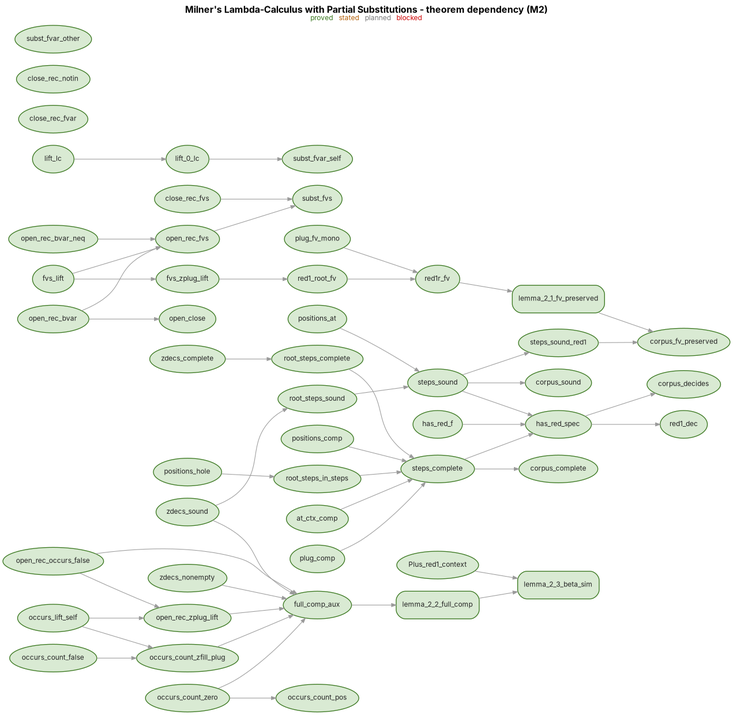
Earlier version of the Graphviz export graphs/dependency.png (bisimulationn/lambda-sub). Its source is kept beside it as graphs/dependency.dot.
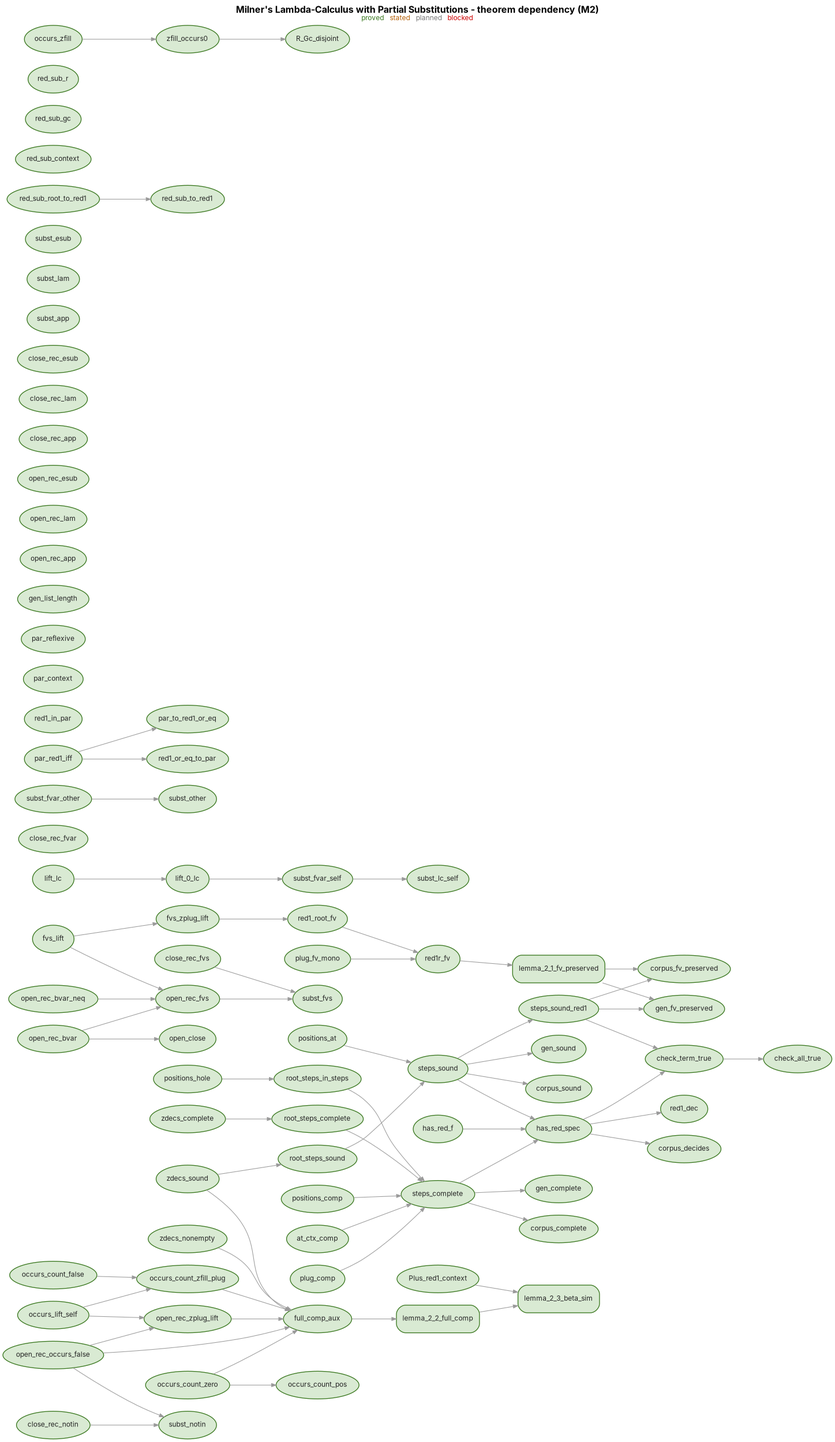
After the change.

Commit message:
add(check): deterministic sample terms and a bounded computed agreement check against red1 (tests)

What changed in the source:
```diff
@@ -37,6 +37,18 @@
   red1r_fv [label="red1r_fv", color="#38761d", fillcolor="#d9ead3", style="filled", fontcolor="#222222", tooltip="red1r_fv theory/Metatheory.v https://arxiv.org/html/2312.13270v1", shape=ellipse];
   lemma_2_1_fv_preserved [label="lemma_2_1_fv_preserved", color="#38761d", fillcolor="#d9ead3", style="rounded,filled", fontcolor="#222222", tooltip="lemma_2_1_fv_preserved (section 2.1) theory/Metatheory.v https://arxiv.org/html/2312.13270v1", shape=box];
   lemma_2_3_beta_sim [label="lemma_2_3_beta_sim", color="#38761d", fillcolor="#d9ead3", style="rounded,filled", fontcolor="#222222", tooltip="lemma_2_3_beta_sim (section 2.3) theory/Metatheory.v https://arxiv.org/html/2312.13270v1", shape=box];
+  par_red1_iff [label="par_red1_iff", color="#38761d", fillcolor="#d9ead3", style="filled", fontcolor="#222222", tooltip="par_red1_iff theory/Parallel.v https://arxiv.org/html/2312.13270v1", shape=ellipse];
+  red1_in_par [label="red1_in_par", color="#38761d", fillcolor="#d9ead3", style="filled", fontcolor="#222222", tooltip="red1_in_par theory/Parallel.v https://arxiv.org/html/2312.13270v1", shape=ellipse];
+  par_context [label="par_context", color="#38761d", fillcolor="#d9ead3", style="filled", fontcolor="#222222", tooltip="par_context theory/Parallel.v https://arxiv.org/html/2312.13270v1", shape=ellipse];
+  par_to_red1_or_eq [label="par_to_red1_or_eq", color="#38761d", fillcolor="#d9ead3", style="filled", fontcolor="#222222", tooltip="par_to_red1_or_eq theory/Parallel.v https://arxiv.org/html/2312.13270v1", shape=ellipse];
+  red1_or_eq_to_par [label="red1_or_eq_to_par", color="#38761d", fillcolor="#d9ead3", style="filled", fontcolor="#222222", tooltip="red1_or_eq_to_par theory/Parallel.v https://arxiv.org/html/2312.13270v1", shape=ellipse];
+  par_reflexive [label="par_reflexive", color="#38761d", fillcolor="#d9ead3", style="filled", fontcolor="#222222", tooltip="par_reflexive theory/Parallel.v https://arxiv.org/html/2312.13270v1", shape=ellipse];
+  gen_list_length [label="gen_list_length", color="#38761d", fillcolor="#d9ead3", style="filled", fontcolor="#222222", tooltip="gen_list_length theory/Random.v https://arxiv.org/html/2312.13270v1", shape=ellipse];
+  check_term_true [label="check_term_true", color="#38761d", fillcolor="#d9ead3", style="filled", fontcolor="#222222", tooltip="check_term_true theory/Random.v https://arxiv.org/html/2312.13270v1", shape=ellipse];
+  check_all_true [label="check_all_true", color="#38761d", fillcolor="#d9ead3", style="filled", fontcolor="#222222", tooltip="check_all_true theory/Random.v https://arxiv.org/html/2312.13270v1", shape=ellipse];
+  gen_sound [label="gen_sound", color="#38761d", fillcolor="#d9ead3", style="filled", fontcolor="#222222", tooltip="gen_sound theory/Random.v https://arxiv.org/html/2312.13270v1", shape=ellipse];
+  gen_complete [label="gen_complete", color="#38761d", fillcolor="#d9ead3", style="filled", fontcolor="#222222", tooltip="gen_complete theory/Random.v https://arxiv.org/html/2312.13270v1", shape=ellipse];
+  gen_fv_preserved [label="gen_fv_preserved", color="#38761d", fillcolor="#d9ead3", style="filled", fontcolor="#222222", tooltip="gen_fv_preserved theory/Random.v https://arxiv.org/html/2312.13270v1", shape=ellipse];
   zdecs_sound [label="zdecs_sound", color="#38761d", fillcolor="#d9ead3", style="filled", fontcolor="#222222", tooltip="zdecs_sound theory/Reduction.v https://arxiv.org/html/2312.13270v1", shape=ellipse];
   zdecs_complete [label="zdecs_complete", color="#38761d", fillcolor="#d9ead3", style="filled", fontcolor="#222222", tooltip="zdecs_complete theory/Reduction.v https://arxiv.org/html/2312.13270v1", shape=ellipse];
   positions_at [label="positions_at", color="#38761d", fillcolor="#d9ead3", style="filled", fontcolor="#222222", tooltip="positions_at theory/Reduction.v https://arxiv.org/html/2312.13270v1", shape=ellipse];
@@ -53,6 +65,26 @@
   has_red_f [label="has_red_f", color="#38761d", fillcolor="#d9ead3", style="filled", fontcolor="#222222", tooltip="has_red_f theory/Reduction.v https://arxiv.org/html/2312.13270v1", shape=ellipse];
   has_red_spec [label="has_red_spec", color="#38761d", fillcolor="#d9ead3", style="filled", fontcolor="#222222", tooltip="has_red_spec theory/Reduction.v https://arxiv.org/html/2312.13270v1", shape=ellipse];
   red1_dec [label="red1_dec", color="#38761d", fillcolor="#d9ead3", style="filled", fontcolor="#222222", tooltip="red1_dec theory/Reduction.v https://arxiv.org/html/2312.13270v1", shape=ellipse];
+  open_rec_app [label="open_rec_app", color="#38761d", fillcolor="#d9ead3", style="filled", fontcolor="#222222", tooltip="open_rec_app theory/Substitution.v https://arxiv.org/html/2312.13270v1", shape=ellipse];
+  open_rec_lam [label="open_rec_lam", color="#38761d", fillcolor="#d9ead3", style="filled", fontcolor="#222222", tooltip="open_rec_lam theory/Substitution.v https://arxiv.org/html/2312.13270v1", shape=ellipse];
+  open_rec_esub [label="open_rec_esub", color="#38761d", fillcolor="#d9ead3", style="filled", fontcolor="#222222", tooltip="open_rec_esub theory/Substitution.v https://arxiv.org/html/2312.13270v1", shape=ellipse];
+  close_rec_app [label="close_rec_app", color="#38761d", fillcolor="#d9ead3", style="filled", fontcolor="#222222", tooltip="close_rec_app theory/Substitution.v https://arxiv.org/html/2312.13270v1", shape=ellipse];
+  close_rec_lam [label="close_rec_lam", color="#38761d", fillcolor="#d9ead3", style="filled", fontcolor="#222222", tooltip="close_rec_lam theory/Substitution.v https://arxiv.org/html/2312.13270v1", shape=ellipse];
+  close_rec_esub [label="close_rec_esub", color="#38761d", fillcolor="#d9ead3", style="filled", fontcolor="#222222", tooltip="close_rec_esub theory/Substitution.v https://arxiv.org/html/2312.13270v1", shape=ellipse];
+  subst_app [label="subst_app", color="#38761d", fillcolor="#d9ead3", style="filled", fontcolor="#222222", tooltip="subst_app theory/Substitution.v https://arxiv.org/html/2312.13270v1", shape=ellipse];
+  subst_lam [label="subst_lam", color="#38761d", fillcolor="#d9ead3", style="filled", fontcolor="#222222", tooltip="subst_lam theory/Substitution.v https://arxiv.org/html/2312.13270v1", shape=ellipse];
+  subst_esub [label="subst_esub", color="#38761d", fillcolor="#d9ead3", style="filled", fontcolor="#222222", tooltip="subst_esub theory/Substitution.v https://arxiv.org/html/2312.13270v1", shape=ellipse];
+  subst_notin [label="subst_notin", color="#38761d", fillcolor="#d9ead3", style="filled", fontcolor="#222222", tooltip="subst_notin theory/Substitution.v https://arxiv.org/html/2312.13270v1", shape=ellipse];
+  subst_lc_self [label="subst_lc_self", color="#38761d", fillcolor="#d9ead3", style="filled", fontcolor="#222222", tooltip="subst_lc_self theory/Substitution.v https://arxiv.org/html/2312.13270v1", shape=ellipse];
+  subst_other [label="subst_other", color="#38761d", fillcolor="#d9ead3", style="filled", fontcolor="#222222", tooltip="subst_other theory/Substitution.v https://arxiv.org/html/2312.13270v1", shape=ellipse];
+  red_sub_root_to_red1 [label="red_sub_root_to_red1", color="#38761d", fillcolor="#d9ead3", style="filled", fontcolor="#222222", tooltip="red_sub_root_to_red1 theory/Subsystem.v https://arxiv.org/html/2312.13270v1", shape=ellipse];
+  red_sub_to_red1 [label="red_sub_to_red1", color="#38761d", fillcolor="#d9ead3", style="filled", fontcolor="#222222", tooltip="red_sub_to_red1 theory/Subsystem.v https://arxiv.org/html/2312.13270v1", shape=ellipse];
+  red_sub_context [label="red_sub_context", color="#38761d", fillcolor="#d9ead3", style="filled", fontcolor="#222222", tooltip="red_sub_context theory/Subsystem.v https://arxiv.org/html/2312.13270v1", shape=ellipse];
+  red_sub_gc [label="red_sub_gc", color="#38761d", fillcolor="#d9ead3", style="filled", fontcolor="#222222", tooltip="red_sub_gc theory/Subsystem.v https://arxiv.org/html/2312.13270v1", shape=ellipse];
+  red_sub_r [label="red_sub_r", color="#38761d", fillcolor="#d9ead3", style="filled", fontcolor="#222222", tooltip="red_sub_r theory/Subsystem.v https://arxiv.org/html/2312.13270v1", shape=ellipse];
+  occurs_zfill [label="occurs_zfill", color="#38761d", fillcolor="#d9ead3", style="filled", fontcolor="#222222", tooltip="occurs_zfill theory/Subsystem.v https://arxiv.org/html/2312.13270v1", shape=ellipse];
+  zfill_occurs0 [label="zfill_occurs0", color="#38761d", fillcolor="#d9ead3", style="filled", fontcolor="#222222", tooltip="zfill_occurs0 theory/Subsystem.v https://arxiv.org/html/2312.13270v1", shape=ellipse];
+  R_Gc_disjoint [label="R_Gc_disjoint", color="#38761d", fillcolor="#d9ead3", style="filled", fontcolor="#222222", tooltip="R_Gc_disjoint theory/Subsystem.v https://arxiv.org/html/2312.13270v1", shape=ellipse];
   corpus_sound [label="corpus_sound", color="#38761d", fillcolor="#d9ead3", style="filled", fontcolor="#222222", tooltip="corpus_sound theory/Tests.v https://arxiv.org/html/2312.13270v1", shape=ellipse];
   corpus_complete [label="corpus_complete", color="#38761d", fillcolor="#d9ead3", style="filled", fontcolor="#222222", tooltip="corpus_complete theory/Tests.v https://arxiv.org/html/2312.13270v1", shape=ellipse];
   corpus_decides [label="corpus_decides", color="#38761d", fillcolor="#d9ead3", style="filled", fontcolor="#222222", tooltip="corpus_decides theory/Tests.v https://arxiv.org/html/2312.13270v1", shape=ellipse];
@@ -84,6 +116,15 @@
   red1r_fv -> lemma_2_1_fv_preserved;
   Plus_red1_context -> lemma_2_3_beta_sim;
   lemma_2_2_full_comp -> lemma_2_3_beta_sim;
+  par_red1_iff -> par_to_red1_or_eq;
+  par_red1_iff -> red1_or_eq_to_par;
+  has_red_spec -> check_term_true;
+  steps_sound_red1 -> check_term_true;
+  check_term_true -> check_all_true;
+  steps_sound -> gen_sound;
+  steps_complete -> gen_complete;
+  lemma_2_1_fv_preserved -> gen_fv_preserved;
+  steps_sound_red1 -> gen_fv_preserved;
   zdecs_sound -> root_steps_sound;
   zdecs_complete -> root_steps_complete;
   positions_at -> steps_sound;
@@ -99,6 +140,13 @@
   steps_complete -> has_red_spec;
   steps_sound -> has_red_spec;
   has_red_spec -> red1_dec;
+  close_rec_notin -> subst_notin;
+  open_rec_occurs_false -> subst_notin;
+  subst_fvar_self -> subst_lc_self;
+  subst_fvar_other -> subst_other;
+  red_sub_root_to_red1 -> red_sub_to_red1;
+  occurs_zfill -> zfill_occurs0;
+  zfill_occurs0 -> R_Gc_disjoint;
   steps_sound -> corpus_sound;
   steps_complete -> corpus_complete;
   has_red_spec -> corpus_decides;
```
